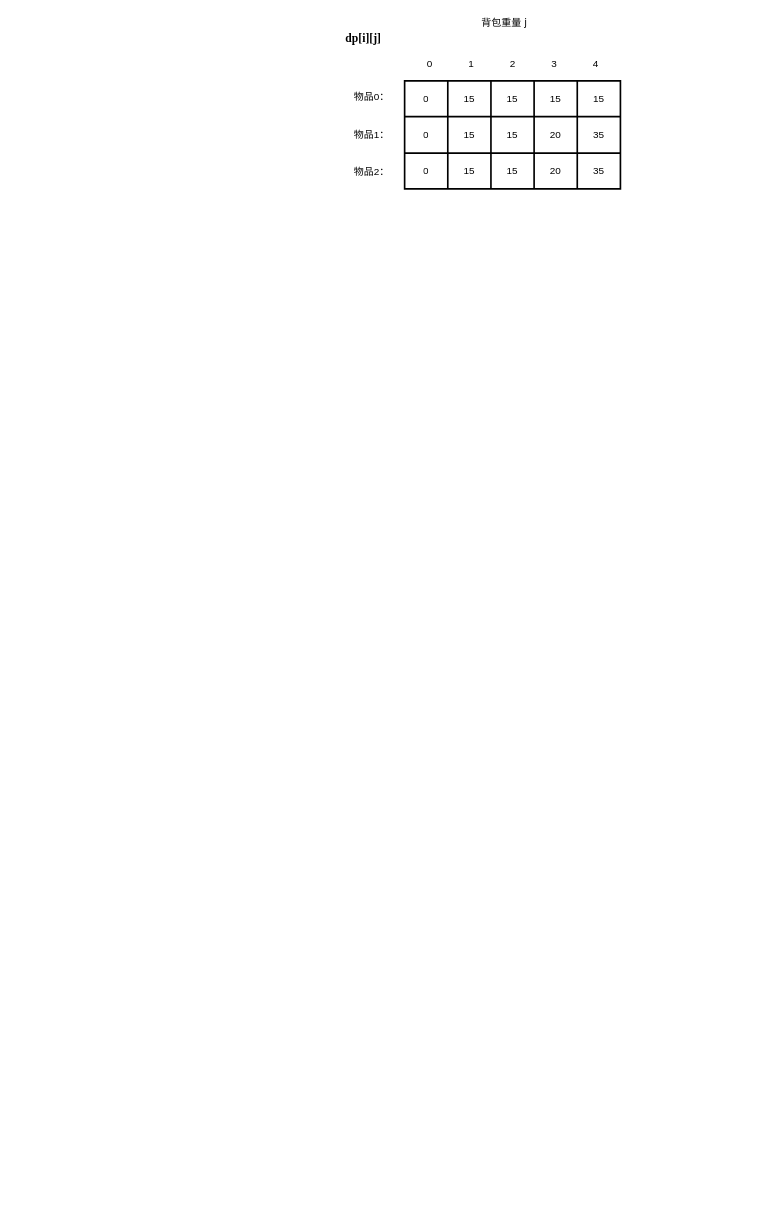
This is page "第 3 页" (3 of 3) of docs/workSpacePic/流程图.drawio from kenlin-00/kendall-cpp-view, a draw.io file, before an edit. Source tidied: cells renumbered, new cells numbered last; positions are measured from the earlier drawing's top-left corner, leaving out a move shared by most shapes. Both pictures are drawn from the tidied source at 83%, with x=0, y=0 at pixel (338, 14).
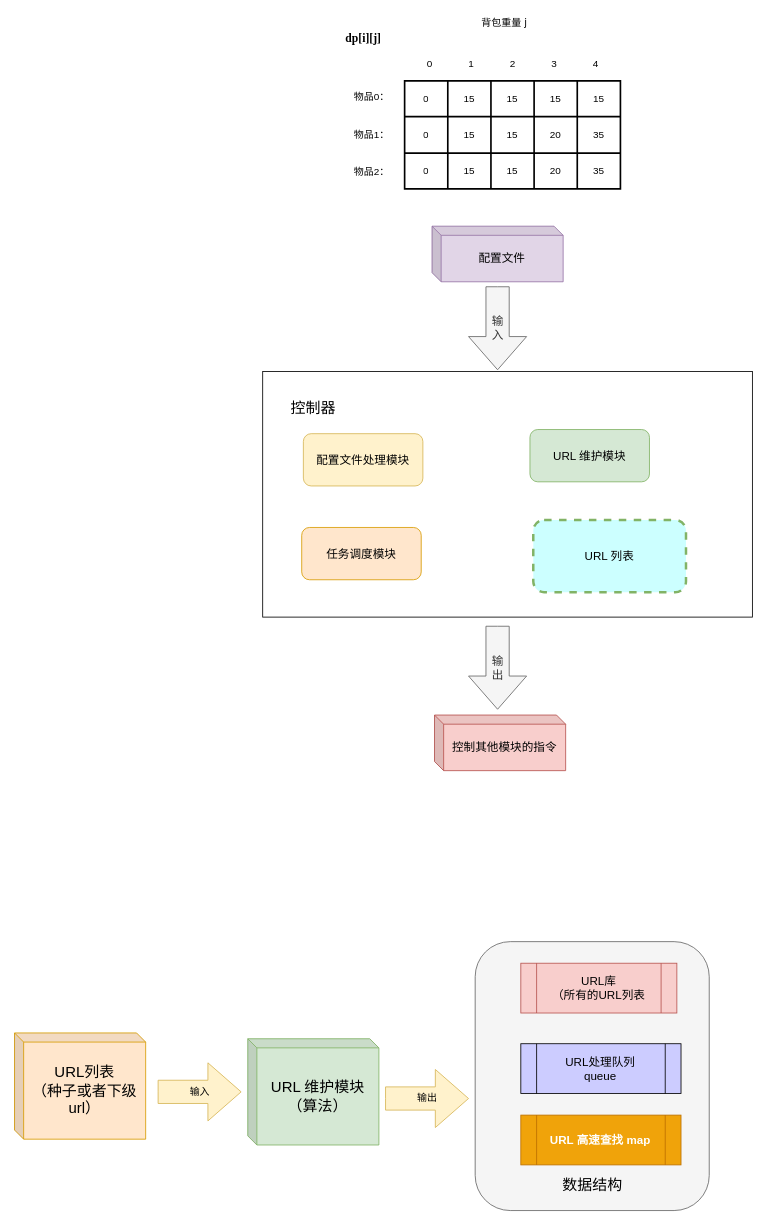
The same page after the edit.

Change to the diagram source:
```diff
@@
+    <mxCell id="31" style="rounded=0;whiteSpace=wrap;html=1;" parent="1" vertex="1">
+      <mxGeometry x="-91" y="430" width="590" height="296" as="geometry" />
+    </mxCell>
+    <mxCell id="32" value="&lt;font style=&quot;font-size: 18px&quot;&gt;控制器&lt;/font&gt;" style="text;html=1;strokeColor=none;fillColor=none;align=center;verticalAlign=middle;whiteSpace=wrap;rounded=0;" parent="1" vertex="1">
+      <mxGeometry x="-70" y="465" width="80" height="20" as="geometry" />
+    </mxCell>
+    <mxCell id="33" value="&lt;font style=&quot;font-size: 14px&quot;&gt;配置文件&lt;/font&gt;" style="shape=cube;whiteSpace=wrap;html=1;boundedLbl=1;backgroundOutline=1;darkOpacity=0.05;darkOpacity2=0.1;size=11;fillColor=#e1d5e7;strokeColor=#9673a6;" parent="1" vertex="1">
+      <mxGeometry x="113" y="255" width="158" height="67" as="geometry" />
+    </mxCell>
+    <mxCell id="34" value="&lt;font style=&quot;font-size: 14px&quot;&gt;控制其他模块的指令&lt;/font&gt;" style="shape=cube;whiteSpace=wrap;html=1;boundedLbl=1;backgroundOutline=1;darkOpacity=0.05;darkOpacity2=0.1;size=11;fillColor=#f8cecc;strokeColor=#b85450;" parent="1" vertex="1">
+      <mxGeometry x="116" y="844" width="158" height="67" as="geometry" />
+    </mxCell>
+    <mxCell id="35" value="&lt;font style=&quot;font-size: 14px&quot;&gt;输&lt;br&gt;出&lt;/font&gt;" style="html=1;shadow=0;dashed=0;align=center;verticalAlign=middle;shape=mxgraph.arrows2.arrow;dy=0.6;dx=40;direction=south;notch=0;fillColor=#f5f5f5;strokeColor=#666666;fontColor=#333333;" parent="1" vertex="1">
+      <mxGeometry x="157" y="737" width="70" height="100" as="geometry" />
+    </mxCell>
+    <mxCell id="36" value="&lt;span style=&quot;font-size: 14px&quot;&gt;输&lt;br&gt;入&lt;/span&gt;" style="html=1;shadow=0;dashed=0;align=center;verticalAlign=middle;shape=mxgraph.arrows2.arrow;dy=0.6;dx=40;direction=south;notch=0;fillColor=#f5f5f5;strokeColor=#666666;fontColor=#333333;" parent="1" vertex="1">
+      <mxGeometry x="157" y="328" width="70" height="100" as="geometry" />
+    </mxCell>
+    <mxCell id="37" value="&lt;font style=&quot;font-size: 14px&quot;&gt;配置文件处理模块&lt;/font&gt;" style="rounded=1;whiteSpace=wrap;html=1;fillColor=#fff2cc;strokeColor=#d6b656;" parent="1" vertex="1">
+      <mxGeometry x="-42" y="505" width="144" height="63" as="geometry" />
+    </mxCell>
+    <mxCell id="38" value="&lt;font style=&quot;font-size: 14px&quot;&gt;URL 维护模块&lt;/font&gt;" style="rounded=1;whiteSpace=wrap;html=1;fillColor=#d5e8d4;strokeColor=#82b366;" parent="1" vertex="1">
+      <mxGeometry x="231" y="500" width="144" height="63" as="geometry" />
+    </mxCell>
+    <mxCell id="39" value="&lt;font style=&quot;font-size: 14px&quot;&gt;任务调度模块&lt;/font&gt;" style="rounded=1;whiteSpace=wrap;html=1;fillColor=#ffe6cc;strokeColor=#d79b00;" parent="1" vertex="1">
+      <mxGeometry x="-44" y="618" width="144" height="63" as="geometry" />
+    </mxCell>
+    <mxCell id="40" value="&lt;font style=&quot;font-size: 14px&quot;&gt;URL 列表&lt;/font&gt;" style="rounded=1;whiteSpace=wrap;html=1;strokeColor=#82b366;dashed=1;fillColor=#CCFFFF;strokeWidth=3;" parent="1" vertex="1">
+      <mxGeometry x="235" y="609" width="184" height="87" as="geometry" />
+    </mxCell>
+    <mxCell id="41" value="&lt;font&gt;&lt;font style=&quot;font-size: 18px&quot;&gt;URL列表&lt;br&gt;（种子或者下级 url）&lt;/font&gt;&lt;br&gt;&lt;/font&gt;" style="shape=cube;whiteSpace=wrap;html=1;boundedLbl=1;backgroundOutline=1;darkOpacity=0.05;darkOpacity2=0.1;size=11;fillColor=#ffe6cc;strokeColor=#d79b00;" parent="1" vertex="1">
+      <mxGeometry x="-390" y="1227" width="158" height="128" as="geometry" />
+    </mxCell>
+    <mxCell id="42" value="&lt;font&gt;&lt;font style=&quot;font-size: 18px&quot;&gt;URL 维护模块&lt;br&gt;&lt;/font&gt;&lt;font style=&quot;font-size: 18px&quot;&gt;（算法）&lt;/font&gt;&lt;br&gt;&lt;/font&gt;" style="shape=cube;whiteSpace=wrap;html=1;boundedLbl=1;backgroundOutline=1;darkOpacity=0.05;darkOpacity2=0.1;size=11;fillColor=#d5e8d4;strokeColor=#82b366;" parent="1" vertex="1">
+      <mxGeometry x="-109" y="1234" width="158" height="128" as="geometry" />
+    </mxCell>
+    <mxCell id="43" style="rounded=1;whiteSpace=wrap;html=1;strokeWidth=1;fillColor=#f5f5f5;strokeColor=#666666;fontColor=#333333;" parent="1" vertex="1">
+      <mxGeometry x="165" y="1117" width="282" height="324" as="geometry" />
+    </mxCell>
+    <mxCell id="44" value="&lt;font style=&quot;font-size: 14px&quot;&gt;URL库&lt;br&gt;（所有的URL列表&lt;/font&gt;" style="shape=process;whiteSpace=wrap;html=1;backgroundOutline=1;strokeWidth=1;fillColor=#f8cecc;strokeColor=#b85450;" parent="1" vertex="1">
+      <mxGeometry x="220" y="1143" width="188" height="60" as="geometry" />
+    </mxCell>
+    <mxCell id="45" value="&lt;font style=&quot;font-size: 14px&quot;&gt;URL处理队列&lt;br&gt;queue&lt;/font&gt;" style="shape=process;whiteSpace=wrap;html=1;backgroundOutline=1;strokeWidth=1;fillColor=#CCCCFF;" parent="1" vertex="1">
+      <mxGeometry x="220" y="1240" width="193" height="60" as="geometry" />
+    </mxCell>
+    <mxCell id="46" value="&lt;font style=&quot;font-size: 18px&quot;&gt;数据结构&lt;/font&gt;" style="text;html=1;strokeColor=none;fillColor=none;align=center;verticalAlign=middle;whiteSpace=wrap;rounded=0;" parent="1" vertex="1">
+      <mxGeometry x="231.5" y="1401" width="149" height="20" as="geometry" />
+    </mxCell>
+    <mxCell id="47" value="输出" style="html=1;shadow=0;dashed=0;align=center;verticalAlign=middle;shape=mxgraph.arrows2.arrow;dy=0.6;dx=40;notch=0;strokeWidth=1;fillColor=#fff2cc;strokeColor=#d6b656;" parent="1" vertex="1">
+      <mxGeometry x="57" y="1271" width="100" height="70" as="geometry" />
+    </mxCell>
+    <mxCell id="48" value="输入" style="html=1;shadow=0;dashed=0;align=center;verticalAlign=middle;shape=mxgraph.arrows2.arrow;dy=0.6;dx=40;notch=0;strokeWidth=1;fillColor=#fff2cc;strokeColor=#d6b656;" parent="1" vertex="1">
+      <mxGeometry x="-217" y="1263" width="100" height="70" as="geometry" />
+    </mxCell>
+    <mxCell id="49" value="&lt;span style=&quot;font-size: 14px&quot;&gt;&lt;b&gt;URL 高速查找 map&lt;/b&gt;&lt;/span&gt;" style="shape=process;whiteSpace=wrap;html=1;backgroundOutline=1;strokeWidth=1;fillColor=#f0a30a;strokeColor=#BD7000;fontColor=#ffffff;" parent="1" vertex="1">
+      <mxGeometry x="220" y="1326" width="193" height="60" as="geometry" />
+    </mxCell>
```
